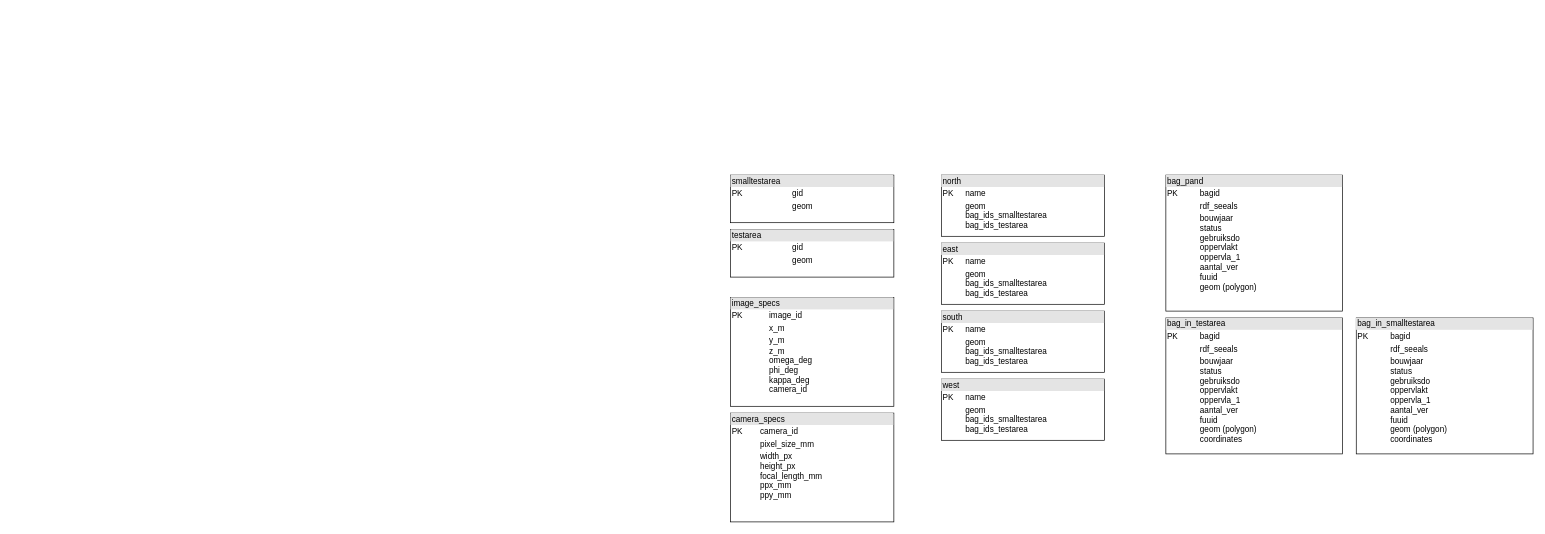
The draw.io diagram figures/Diagram zonder titel.drawio in LarsBoertjes/thesis, before the edit. Source tidied: cells renumbered, new cells numbered last; positions are measured from the earlier drawing's top-left corner, leaving out a move shared by most shapes. Both pictures are drawn from the tidied source at 68%, with x=0, y=0 at pixel (730, 175).
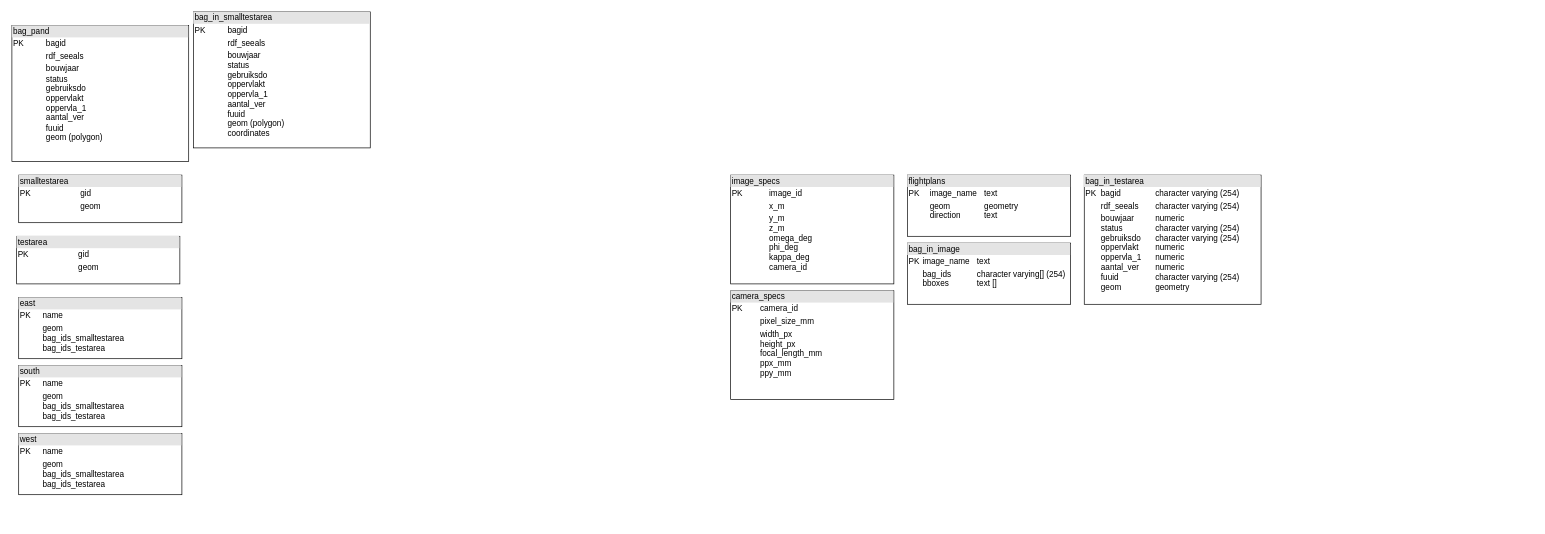
The same page after the edit.

Change to the diagram source:
```diff
@@
 <mxGraphModel>
   <root>
     <mxCell id="0" />
     <mxCell id="1" parent="0" />
     <mxCell id="2" value="&lt;div style=&quot;box-sizing: border-box; width: 100%; background: rgb(228, 228, 228); padding: 2px;&quot;&gt;image_specs&lt;/div&gt;&lt;table style=&quot;width:100%;font-size:1em;&quot; cellpadding=&quot;2&quot; cellspacing=&quot;0&quot;&gt;&lt;tbody&gt;&lt;tr&gt;&lt;td&gt;PK&lt;/td&gt;&lt;td&gt;image_id&lt;/td&gt;&lt;/tr&gt;&lt;tr&gt;&lt;td&gt;&lt;br&gt;&lt;/td&gt;&lt;td&gt;x_m&lt;/td&gt;&lt;/tr&gt;&lt;tr&gt;&lt;td&gt;&lt;br&gt;&lt;/td&gt;&lt;td&gt;y_m&lt;br&gt;z_m&lt;br&gt;omega_deg&lt;br&gt;phi_deg&lt;br&gt;kappa_deg&lt;br&gt;camera_id&lt;/td&gt;&lt;/tr&gt;&lt;/tbody&gt;&lt;/table&gt;" style="verticalAlign=top;align=left;overflow=fill;html=1;whiteSpace=wrap;" parent="1" vertex="1">
-      <mxGeometry y="180" width="240" height="160" as="geometry" />
+      <mxGeometry width="240" height="160" as="geometry" />
     </mxCell>
     <mxCell id="3" value="&lt;div style=&quot;box-sizing: border-box; width: 100%; background: rgb(228, 228, 228); padding: 2px;&quot;&gt;testarea&lt;/div&gt;&lt;table style=&quot;width:100%;font-size:1em;&quot; cellpadding=&quot;2&quot; cellspacing=&quot;0&quot;&gt;&lt;tbody&gt;&lt;tr&gt;&lt;td&gt;PK&lt;/td&gt;&lt;td&gt;gid&lt;/td&gt;&lt;/tr&gt;&lt;tr&gt;&lt;td&gt;&lt;br&gt;&lt;/td&gt;&lt;td&gt;geom&lt;/td&gt;&lt;/tr&gt;&lt;/tbody&gt;&lt;/table&gt;" style="verticalAlign=top;align=left;overflow=fill;html=1;whiteSpace=wrap;" parent="1" vertex="1">
-      <mxGeometry y="80" width="240" height="70" as="geometry" />
+      <mxGeometry x="-1050" y="90" width="240" height="70" as="geometry" />
     </mxCell>
     <mxCell id="4" value="&lt;div style=&quot;box-sizing: border-box; width: 100%; background: rgb(228, 228, 228); padding: 2px;&quot;&gt;smalltestarea&lt;/div&gt;&lt;table style=&quot;width:100%;font-size:1em;&quot; cellpadding=&quot;2&quot; cellspacing=&quot;0&quot;&gt;&lt;tbody&gt;&lt;tr&gt;&lt;td&gt;PK&lt;/td&gt;&lt;td&gt;gid&lt;/td&gt;&lt;/tr&gt;&lt;tr&gt;&lt;td&gt;&lt;br&gt;&lt;/td&gt;&lt;td&gt;geom&lt;/td&gt;&lt;/tr&gt;&lt;/tbody&gt;&lt;/table&gt;" style="verticalAlign=top;align=left;overflow=fill;html=1;whiteSpace=wrap;" parent="1" vertex="1">
-      <mxGeometry width="240" height="70" as="geometry" />
+      <mxGeometry x="-1047" width="240" height="70" as="geometry" />
     </mxCell>
-    <mxCell id="5" value="&lt;div style=&quot;box-sizing: border-box; width: 100%; background: rgb(228, 228, 228); padding: 2px;&quot;&gt;north&lt;/div&gt;&lt;table style=&quot;width:100%;font-size:1em;&quot; cellpadding=&quot;2&quot; cellspacing=&quot;0&quot;&gt;&lt;tbody&gt;&lt;tr&gt;&lt;td&gt;PK&lt;/td&gt;&lt;td&gt;name&lt;/td&gt;&lt;/tr&gt;&lt;tr&gt;&lt;td&gt;&lt;br&gt;&lt;/td&gt;&lt;td&gt;geom&lt;br&gt;bag_ids_smalltestarea&lt;br&gt;bag_ids_testarea&lt;br&gt;&lt;br&gt;&lt;br&gt;&lt;/td&gt;&lt;/tr&gt;&lt;/tbody&gt;&lt;/table&gt;" style="verticalAlign=top;align=left;overflow=fill;html=1;whiteSpace=wrap;" parent="1" vertex="1">
-      <mxGeometry x="310" width="240" height="90" as="geometry" />
+    <mxCell id="5" value="&lt;div style=&quot;box-sizing: border-box; width: 100%; background: rgb(228, 228, 228); padding: 2px;&quot;&gt;flightplans&lt;/div&gt;&lt;table style=&quot;width:100%;font-size:1em;&quot; cellpadding=&quot;2&quot; cellspacing=&quot;0&quot;&gt;&lt;tbody&gt;&lt;tr&gt;&lt;td&gt;PK&lt;/td&gt;&lt;td&gt;image_name&lt;span style=&quot;white-space: pre;&quot;&gt;&#9;&lt;/span&gt;text&lt;/td&gt;&lt;/tr&gt;&lt;tr&gt;&lt;td&gt;&lt;br&gt;&lt;/td&gt;&lt;td&gt;geom&lt;span style=&quot;white-space: pre;&quot;&gt;&#9;&lt;/span&gt;&lt;span style=&quot;white-space: pre;&quot;&gt;&#9;&lt;/span&gt;geometry&lt;br&gt;direction&lt;span style=&quot;white-space: pre;&quot;&gt;&#9;&lt;/span&gt;&lt;span style=&quot;white-space: pre;&quot;&gt;&#9;&lt;/span&gt;text&lt;br&gt;&lt;br&gt;&lt;br&gt;&lt;/td&gt;&lt;/tr&gt;&lt;/tbody&gt;&lt;/table&gt;" style="verticalAlign=top;align=left;overflow=fill;html=1;whiteSpace=wrap;" parent="1" vertex="1">
+      <mxGeometry x="260" width="240" height="90" as="geometry" />
     </mxCell>
     <mxCell id="6" value="&lt;div style=&quot;box-sizing: border-box; width: 100%; background: rgb(228, 228, 228); padding: 2px;&quot;&gt;camera_specs&lt;/div&gt;&lt;table style=&quot;width:100%;font-size:1em;&quot; cellpadding=&quot;2&quot; cellspacing=&quot;0&quot;&gt;&lt;tbody&gt;&lt;tr&gt;&lt;td&gt;PK&lt;/td&gt;&lt;td&gt;camera_id&lt;/td&gt;&lt;/tr&gt;&lt;tr&gt;&lt;td&gt;&lt;br&gt;&lt;/td&gt;&lt;td&gt;pixel_size_mm&lt;/td&gt;&lt;/tr&gt;&lt;tr&gt;&lt;td&gt;&lt;br&gt;&lt;/td&gt;&lt;td&gt;width_px&lt;br&gt;height_px&lt;br&gt;focal_length_mm&lt;br&gt;ppx_mm&lt;br&gt;ppy_mm&lt;/td&gt;&lt;/tr&gt;&lt;/tbody&gt;&lt;/table&gt;" style="verticalAlign=top;align=left;overflow=fill;html=1;whiteSpace=wrap;" parent="1" vertex="1">
-      <mxGeometry y="350" width="240" height="160" as="geometry" />
+      <mxGeometry y="170" width="240" height="160" as="geometry" />
     </mxCell>
     <mxCell id="7" value="&lt;div style=&quot;box-sizing: border-box; width: 100%; background: rgb(228, 228, 228); padding: 2px;&quot;&gt;bag_pand&lt;/div&gt;&lt;table style=&quot;width:100%;font-size:1em;&quot; cellpadding=&quot;2&quot; cellspacing=&quot;0&quot;&gt;&lt;tbody&gt;&lt;tr&gt;&lt;td&gt;PK&lt;/td&gt;&lt;td&gt;bagid&lt;/td&gt;&lt;/tr&gt;&lt;tr&gt;&lt;td&gt;&lt;br&gt;&lt;/td&gt;&lt;td&gt;rdf_seeals&lt;/td&gt;&lt;/tr&gt;&lt;tr&gt;&lt;td&gt;&lt;br&gt;&lt;/td&gt;&lt;td&gt;bouwjaar&lt;br&gt;status&lt;br&gt;gebruiksdo&lt;br&gt;oppervlakt&lt;br&gt;oppervla_1&lt;br&gt;aantal_ver&lt;br&gt;fuuid&lt;br&gt;geom (polygon)&lt;br&gt;&lt;br&gt;&lt;/td&gt;&lt;/tr&gt;&lt;/tbody&gt;&lt;/table&gt;" style="verticalAlign=top;align=left;overflow=fill;html=1;whiteSpace=wrap;" parent="1" vertex="1">
-      <mxGeometry x="640" width="260" height="200" as="geometry" />
+      <mxGeometry x="-1057" y="-220" width="260" height="200" as="geometry" />
     </mxCell>
-    <mxCell id="8" value="&lt;div style=&quot;box-sizing: border-box; width: 100%; background: rgb(228, 228, 228); padding: 2px;&quot;&gt;bag_in_testarea&lt;/div&gt;&lt;table style=&quot;width:100%;font-size:1em;&quot; cellpadding=&quot;2&quot; cellspacing=&quot;0&quot;&gt;&lt;tbody&gt;&lt;tr&gt;&lt;td&gt;PK&lt;/td&gt;&lt;td&gt;bagid&lt;/td&gt;&lt;/tr&gt;&lt;tr&gt;&lt;td&gt;&lt;br&gt;&lt;/td&gt;&lt;td&gt;rdf_seeals&lt;/td&gt;&lt;/tr&gt;&lt;tr&gt;&lt;td&gt;&lt;br&gt;&lt;/td&gt;&lt;td&gt;bouwjaar&lt;br&gt;status&lt;br&gt;gebruiksdo&lt;br&gt;oppervlakt&lt;br&gt;oppervla_1&lt;br&gt;aantal_ver&lt;br&gt;fuuid&lt;br&gt;geom (polygon)&lt;br&gt;coordinates&lt;br&gt;&lt;br&gt;&lt;/td&gt;&lt;/tr&gt;&lt;/tbody&gt;&lt;/table&gt;" style="verticalAlign=top;align=left;overflow=fill;html=1;whiteSpace=wrap;" parent="1" vertex="1">
-      <mxGeometry x="640" y="210" width="260" height="200" as="geometry" />
+    <mxCell id="8" value="&lt;div style=&quot;box-sizing: border-box; width: 100%; background: rgb(228, 228, 228); padding: 2px;&quot;&gt;bag_in_testarea&lt;/div&gt;&lt;table style=&quot;width:100%;font-size:1em;&quot; cellpadding=&quot;2&quot; cellspacing=&quot;0&quot;&gt;&lt;tbody&gt;&lt;tr&gt;&lt;td&gt;PK&lt;/td&gt;&lt;td&gt;bagid&lt;span style=&quot;white-space: pre;&quot;&gt;&#9;&lt;span style=&quot;white-space: pre;&quot;&gt;&#9;&lt;/span&gt;&lt;/span&gt;character varying (254)&lt;/td&gt;&lt;/tr&gt;&lt;tr&gt;&lt;td&gt;&lt;br&gt;&lt;/td&gt;&lt;td&gt;rdf_seeals&lt;span style=&quot;white-space: pre;&quot;&gt;&#9;&lt;/span&gt;character varying (254)&lt;/td&gt;&lt;/tr&gt;&lt;tr&gt;&lt;td&gt;&lt;br&gt;&lt;/td&gt;&lt;td&gt;bouwjaar&lt;span style=&quot;white-space: pre;&quot;&gt;&#9;&lt;/span&gt;&lt;span style=&quot;white-space: pre;&quot;&gt;&#9;&lt;/span&gt;numeric&lt;br&gt;status&lt;span style=&quot;white-space: pre;&quot;&gt;&#9;&lt;/span&gt;&lt;span style=&quot;white-space: pre;&quot;&gt;&#9;&lt;/span&gt;character varying (254)&lt;br&gt;gebruiksdo&lt;span style=&quot;white-space: pre;&quot;&gt;&#9;&lt;/span&gt;character varying (254)&lt;br&gt;oppervlakt&lt;span style=&quot;white-space: pre;&quot;&gt;&#9;&lt;/span&gt;numeric&lt;br&gt;oppervla_1&lt;span style=&quot;white-space: pre;&quot;&gt;&#9;&lt;/span&gt;numeric&lt;br&gt;aantal_ver&lt;span style=&quot;white-space: pre;&quot;&gt;&#9;&lt;/span&gt;numeric&lt;br&gt;fuuid&lt;span style=&quot;white-space: pre;&quot;&gt;&#9;&lt;/span&gt;&lt;span style=&quot;white-space: pre;&quot;&gt;&#9;&lt;/span&gt;character varying (254)&lt;br&gt;geom&amp;nbsp;&lt;span style=&quot;white-space: pre;&quot;&gt;&#9;&lt;/span&gt;&lt;span style=&quot;white-space: pre;&quot;&gt;&#9;&lt;/span&gt;geometry&lt;br&gt;&lt;br&gt;&lt;/td&gt;&lt;/tr&gt;&lt;/tbody&gt;&lt;/table&gt;" style="verticalAlign=top;align=left;overflow=fill;html=1;whiteSpace=wrap;" parent="1" vertex="1">
+      <mxGeometry x="520" width="260" height="190" as="geometry" />
     </mxCell>
     <mxCell id="9" value="&lt;div style=&quot;box-sizing: border-box; width: 100%; background: rgb(228, 228, 228); padding: 2px;&quot;&gt;bag_in_smalltestarea&lt;/div&gt;&lt;table style=&quot;width:100%;font-size:1em;&quot; cellpadding=&quot;2&quot; cellspacing=&quot;0&quot;&gt;&lt;tbody&gt;&lt;tr&gt;&lt;td&gt;PK&lt;/td&gt;&lt;td&gt;bagid&lt;/td&gt;&lt;/tr&gt;&lt;tr&gt;&lt;td&gt;&lt;br&gt;&lt;/td&gt;&lt;td&gt;rdf_seeals&lt;/td&gt;&lt;/tr&gt;&lt;tr&gt;&lt;td&gt;&lt;br&gt;&lt;/td&gt;&lt;td&gt;bouwjaar&lt;br&gt;status&lt;br&gt;gebruiksdo&lt;br&gt;oppervlakt&lt;br&gt;oppervla_1&lt;br&gt;aantal_ver&lt;br&gt;fuuid&lt;br&gt;geom (polygon)&lt;br&gt;coordinates&lt;br&gt;&lt;br&gt;&lt;/td&gt;&lt;/tr&gt;&lt;/tbody&gt;&lt;/table&gt;" style="verticalAlign=top;align=left;overflow=fill;html=1;whiteSpace=wrap;" parent="1" vertex="1">
-      <mxGeometry x="920" y="210" width="260" height="200" as="geometry" />
+      <mxGeometry x="-790" y="-240" width="260" height="200" as="geometry" />
     </mxCell>
     <mxCell id="10" value="&lt;div style=&quot;box-sizing: border-box; width: 100%; background: rgb(228, 228, 228); padding: 2px;&quot;&gt;east&lt;/div&gt;&lt;table style=&quot;width:100%;font-size:1em;&quot; cellpadding=&quot;2&quot; cellspacing=&quot;0&quot;&gt;&lt;tbody&gt;&lt;tr&gt;&lt;td&gt;PK&lt;/td&gt;&lt;td&gt;name&lt;/td&gt;&lt;/tr&gt;&lt;tr&gt;&lt;td&gt;&lt;br&gt;&lt;/td&gt;&lt;td&gt;geom&lt;br&gt;bag_ids_smalltestarea&lt;br&gt;bag_ids_testarea&lt;br&gt;&lt;br&gt;&lt;br&gt;&lt;/td&gt;&lt;/tr&gt;&lt;/tbody&gt;&lt;/table&gt;" style="verticalAlign=top;align=left;overflow=fill;html=1;whiteSpace=wrap;" parent="1" vertex="1">
-      <mxGeometry x="310" y="100" width="240" height="90" as="geometry" />
+      <mxGeometry x="-1047" y="180" width="240" height="90" as="geometry" />
     </mxCell>
     <mxCell id="11" value="&lt;div style=&quot;box-sizing: border-box; width: 100%; background: rgb(228, 228, 228); padding: 2px;&quot;&gt;south&lt;/div&gt;&lt;table style=&quot;width:100%;font-size:1em;&quot; cellpadding=&quot;2&quot; cellspacing=&quot;0&quot;&gt;&lt;tbody&gt;&lt;tr&gt;&lt;td&gt;PK&lt;/td&gt;&lt;td&gt;name&lt;/td&gt;&lt;/tr&gt;&lt;tr&gt;&lt;td&gt;&lt;br&gt;&lt;/td&gt;&lt;td&gt;geom&lt;br&gt;bag_ids_smalltestarea&lt;br&gt;bag_ids_testarea&lt;br&gt;&lt;br&gt;&lt;br&gt;&lt;/td&gt;&lt;/tr&gt;&lt;/tbody&gt;&lt;/table&gt;" style="verticalAlign=top;align=left;overflow=fill;html=1;whiteSpace=wrap;" parent="1" vertex="1">
-      <mxGeometry x="310" y="200" width="240" height="90" as="geometry" />
+      <mxGeometry x="-1047" y="280" width="240" height="90" as="geometry" />
     </mxCell>
     <mxCell id="12" value="&lt;div style=&quot;box-sizing: border-box; width: 100%; background: rgb(228, 228, 228); padding: 2px;&quot;&gt;west&lt;/div&gt;&lt;table style=&quot;width:100%;font-size:1em;&quot; cellpadding=&quot;2&quot; cellspacing=&quot;0&quot;&gt;&lt;tbody&gt;&lt;tr&gt;&lt;td&gt;PK&lt;/td&gt;&lt;td&gt;name&lt;/td&gt;&lt;/tr&gt;&lt;tr&gt;&lt;td&gt;&lt;br&gt;&lt;/td&gt;&lt;td&gt;geom&lt;br&gt;bag_ids_smalltestarea&lt;br&gt;bag_ids_testarea&lt;br&gt;&lt;br&gt;&lt;br&gt;&lt;/td&gt;&lt;/tr&gt;&lt;/tbody&gt;&lt;/table&gt;" style="verticalAlign=top;align=left;overflow=fill;html=1;whiteSpace=wrap;" parent="1" vertex="1">
-      <mxGeometry x="310" y="300" width="240" height="90" as="geometry" />
+      <mxGeometry x="-1047" y="380" width="240" height="90" as="geometry" />
     </mxCell>
+    <mxCell id="13" value="&lt;div style=&quot;box-sizing: border-box; width: 100%; background: rgb(228, 228, 228); padding: 2px;&quot;&gt;bag_in_image&lt;/div&gt;&lt;table style=&quot;width:100%;font-size:1em;&quot; cellpadding=&quot;2&quot; cellspacing=&quot;0&quot;&gt;&lt;tbody&gt;&lt;tr&gt;&lt;td&gt;PK&lt;/td&gt;&lt;td&gt;image_name&lt;span style=&quot;white-space: pre;&quot;&gt;&#9;&lt;/span&gt;text&lt;/td&gt;&lt;/tr&gt;&lt;tr&gt;&lt;td&gt;&lt;br&gt;&lt;/td&gt;&lt;td&gt;bag_ids&lt;span style=&quot;white-space: pre;&quot;&gt;&#9;&lt;/span&gt;&lt;span style=&quot;white-space: pre;&quot;&gt;&#9;&lt;/span&gt;character varying[] (254)&lt;br&gt;bboxes&lt;span style=&quot;white-space: pre;&quot;&gt;&#9;&lt;/span&gt;&lt;span style=&quot;white-space: pre;&quot;&gt;&#9;&lt;/span&gt;text []&lt;br&gt;&lt;br&gt;&lt;br&gt;&lt;/td&gt;&lt;/tr&gt;&lt;/tbody&gt;&lt;/table&gt;" style="verticalAlign=top;align=left;overflow=fill;html=1;whiteSpace=wrap;" parent="1" vertex="1">
+      <mxGeometry x="260" y="100" width="240" height="90" as="geometry" />
+    </mxCell>
   </root>
 </mxGraphModel>
```
